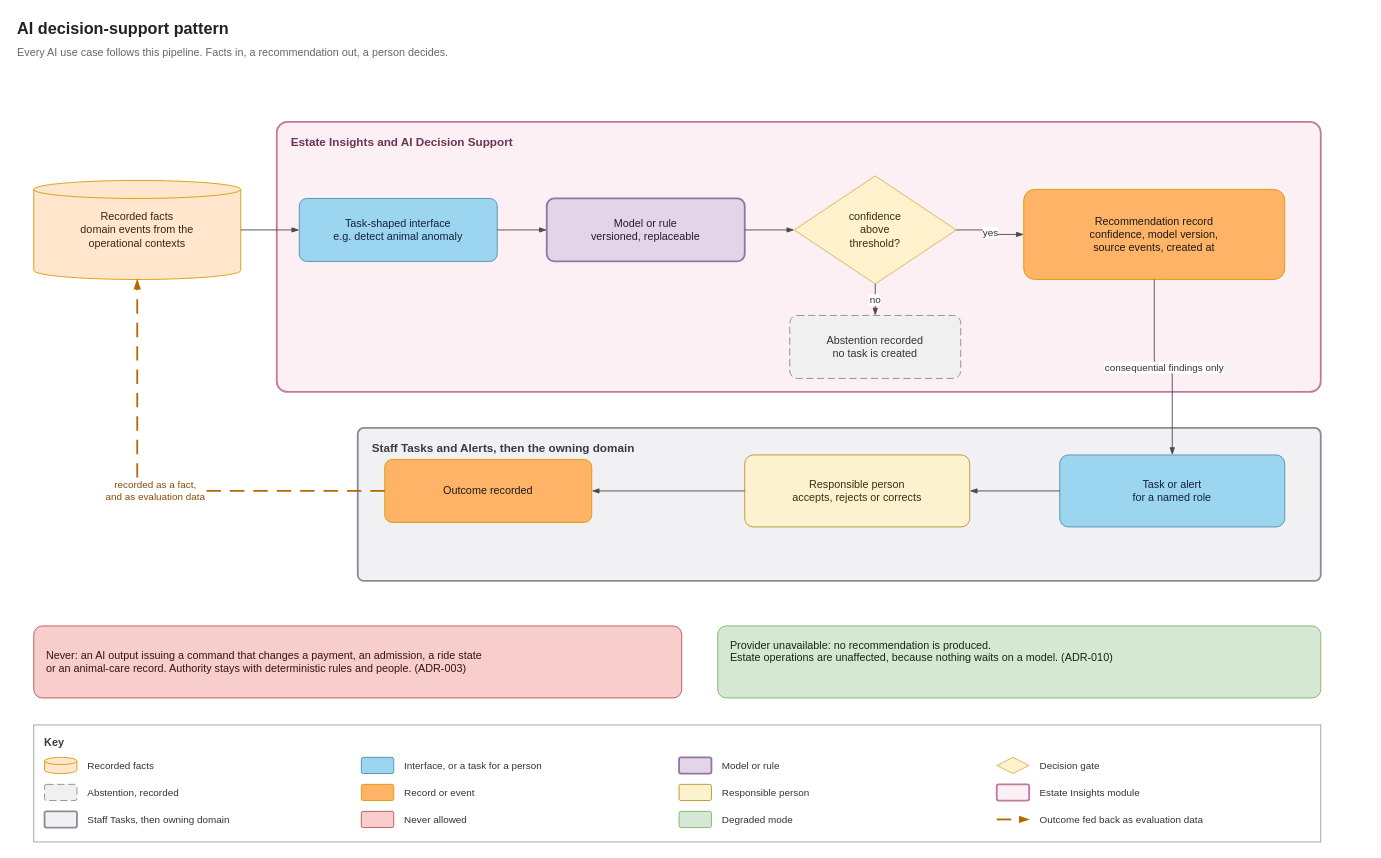
The draw.io diagram page "AI decision-support pattern" (1 of 6) of diagrams/ai-decision-support.drawio in malloc37/ByteDojoArchiKata2026, before the edit. Source tidied: cells renumbered, new cells numbered last; positions are measured from the earlier drawing's top-left corner, leaving out a move shared by most shapes. Both pictures are drawn from the tidied source at 90%, with x=0, y=0 at pixel (15, 15).
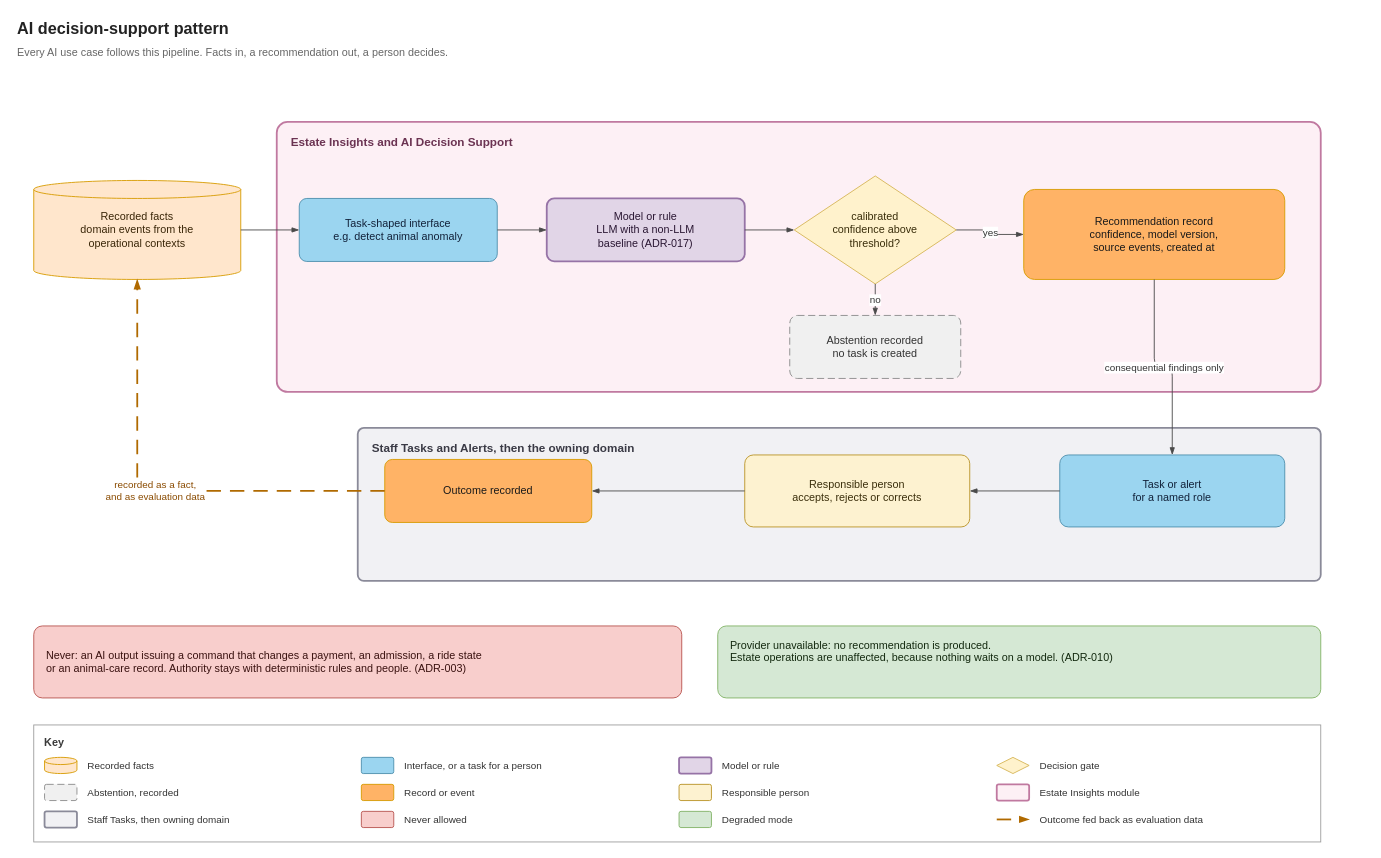
After the change.

What changed in the source:
```diff
@@
-    <mxCell id="8" value="Model or rule&#10;versioned, replaceable" style="rounded=1;whiteSpace=wrap;html=1;arcSize=12;fontSize=12;verticalAlign=middle;fillColor=#E1D5E7;strokeColor=#9673A6;strokeWidth=2;fontColor=#2A1733;" parent="1" vertex="1">
+    <mxCell id="8" value="Model or rule&#10;LLM with a non-LLM&#10;baseline (ADR-017)" style="rounded=1;whiteSpace=wrap;html=1;arcSize=12;fontSize=12;verticalAlign=middle;fillColor=#E1D5E7;strokeColor=#9673A6;strokeWidth=2;fontColor=#2A1733;" parent="1" vertex="1">
       <mxGeometry x="590" y="203" width="220" height="70" as="geometry" />
     </mxCell>
-    <mxCell id="9" value="confidence&#10;above&#10;threshold?" style="rhombus;whiteSpace=wrap;html=1;fontSize=12;fillColor=#FFF2CC;strokeColor=#D6B656;fontColor=#3A2E0B;" parent="1" vertex="1">
+    <mxCell id="9" value="calibrated&#10;confidence above&#10;threshold?" style="rhombus;whiteSpace=wrap;html=1;fontSize=12;fillColor=#FFF2CC;strokeColor=#D6B656;fontColor=#3A2E0B;" parent="1" vertex="1">
       <mxGeometry x="865" y="178" width="180" height="120" as="geometry" />
     </mxCell>
```
